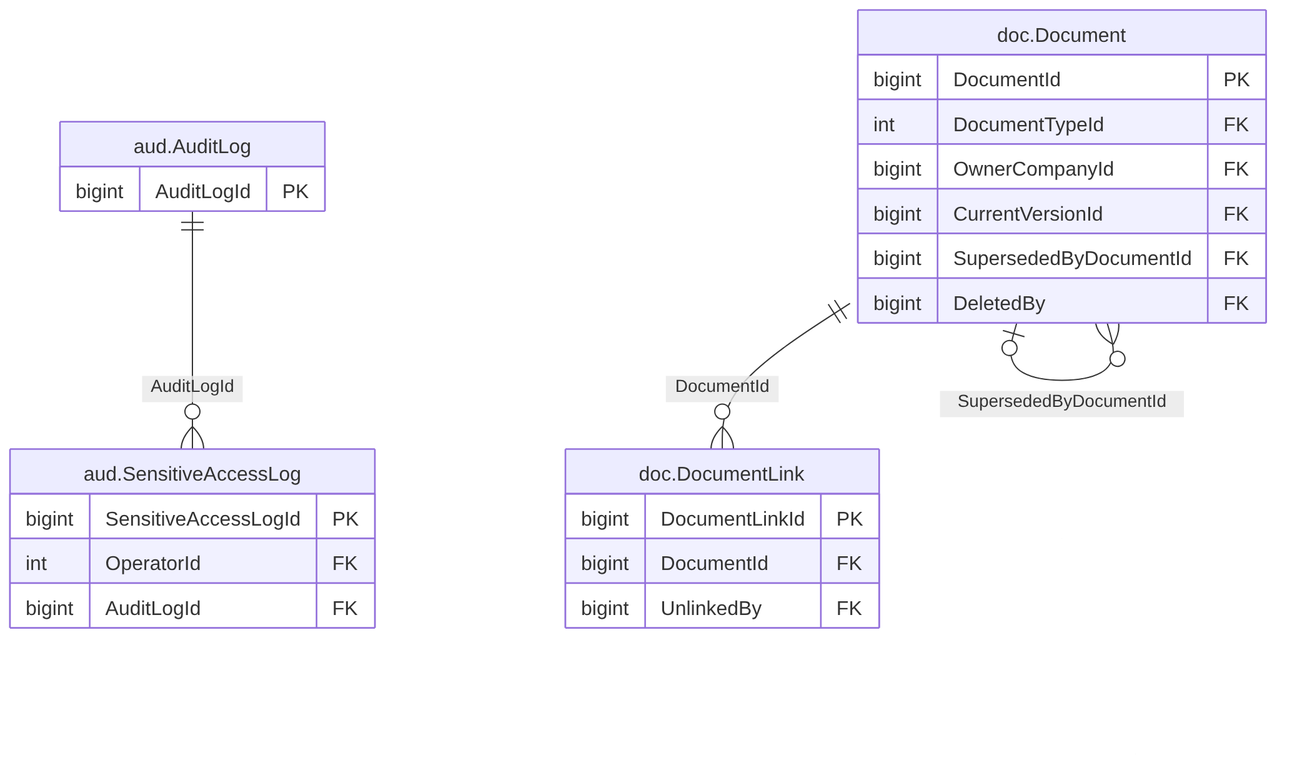
thawrasy/smartlines keeps this Mermaid diagram as treasury-platform/docs/diagrams/erd/m0_audit_docs_1.png. Above is the earlier version. Its source is kept beside it as treasury-platform/docs/diagrams/erd/m0_audit_docs_1.mmd.
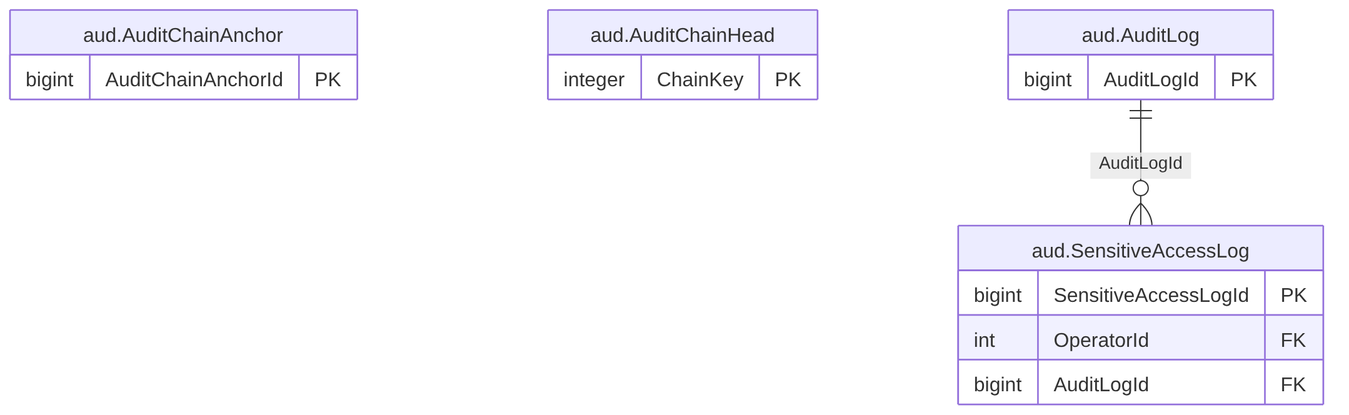
Later version of the same file.

Diff of the diagram source:
```diff
@@ -1,4 +1,10 @@
 erDiagram
+  aud_AuditChainAnchor["aud.AuditChainAnchor"] {
+    bigint AuditChainAnchorId PK
+  }
+  aud_AuditChainHead["aud.AuditChainHead"] {
+    integer ChainKey PK
+  }
   aud_AuditLog["aud.AuditLog"] {
     bigint AuditLogId PK
   }
@@ -7,19 +13,4 @@
     int OperatorId FK
     bigint AuditLogId FK
   }
-  doc_Document["doc.Document"] {
-    bigint DocumentId PK
-    int DocumentTypeId FK
-    bigint OwnerCompanyId FK
-    bigint CurrentVersionId FK
-    bigint SupersededByDocumentId FK
-    bigint DeletedBy FK
-  }
-  doc_DocumentLink["doc.DocumentLink"] {
-    bigint DocumentLinkId PK
-    bigint DocumentId FK
-    bigint UnlinkedBy FK
-  }
   aud_AuditLog ||--o{ aud_SensitiveAccessLog : "AuditLogId"
-  doc_Document |o--o{ doc_Document : "SupersededByDocumentId"
-  doc_Document ||--o{ doc_DocumentLink : "DocumentId"
```
